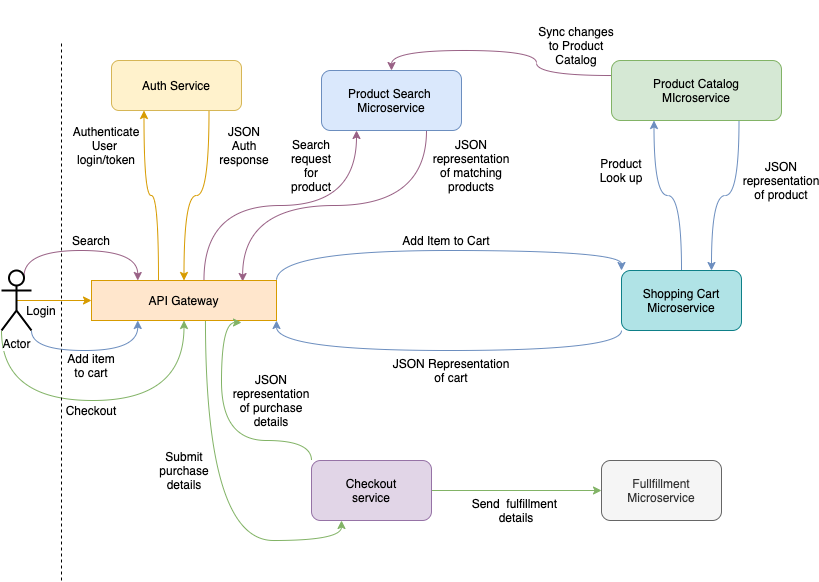
This is ambitious.png from abhijit-gaonkar/ambitious, a draw.io export, as it was before one commit. Source tidied: cells renumbered, new cells last; positions are measured from the earlier drawing's top-left corner, leaving out a move shared by most shapes.
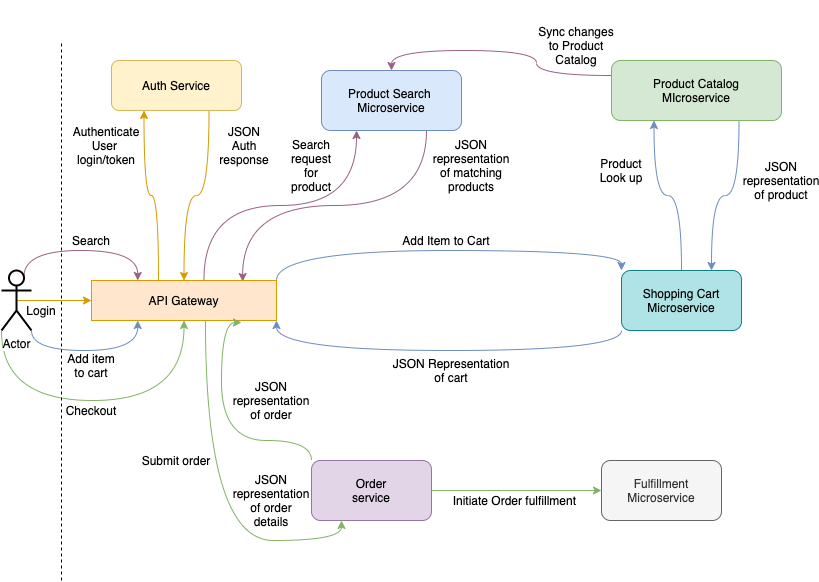
Later version of the same file.

The edit, as a diff of the source:
```diff
@@ -67,10 +67,10 @@
     <mxCell id="20" style="edgeStyle=orthogonalEdgeStyle;curved=1;rounded=0;jettySize=auto;html=1;exitX=0.616;exitY=1;exitDx=0;exitDy=0;entryX=0.25;entryY=1;entryDx=0;entryDy=0;exitPerimeter=0;gradientColor=#97d077;fillColor=#d5e8d4;strokeColor=#82b366;" parent="1" edge="1" source="7" target="21">
       <mxGeometry relative="1" as="geometry" />
     </mxCell>
-    <mxCell id="21" value="Checkout&lt;br&gt;service" style="rounded=1;whiteSpace=wrap;html=1;fillColor=#e1d5e7;strokeColor=#9673a6;" parent="1" vertex="1">
+    <mxCell id="21" value="Order&lt;br&gt;service" style="rounded=1;whiteSpace=wrap;html=1;fillColor=#e1d5e7;strokeColor=#9673a6;" parent="1" vertex="1">
       <mxGeometry x="310" y="460" width="120" height="60" as="geometry" />
     </mxCell>
-    <mxCell id="22" value="Fullfillment&lt;br&gt;Microservice" style="rounded=1;whiteSpace=wrap;html=1;fillColor=#f5f5f5;strokeColor=#666666;fontColor=#333333;" parent="1" vertex="1">
+    <mxCell id="22" value="Fulfillment&lt;br&gt;Microservice" style="rounded=1;whiteSpace=wrap;html=1;fillColor=#f5f5f5;strokeColor=#666666;fontColor=#333333;" parent="1" vertex="1">
       <mxGeometry x="600" y="460" width="120" height="60" as="geometry" />
     </mxCell>
     <mxCell id="23" style="edgeStyle=orthogonalEdgeStyle;curved=1;rounded=0;jettySize=auto;html=1;exitX=0.75;exitY=0.1;exitDx=0;exitDy=0;exitPerimeter=0;entryX=0.25;entryY=0;entryDx=0;entryDy=0;fillColor=#e6d0de;strokeColor=#996185;gradientColor=#d5739d;" parent="1" edge="1" source="26" target="7">
@@ -107,11 +107,11 @@
     <mxCell id="30" value="JSON Representation&lt;br&gt;of cart" style="text;html=1;strokeColor=none;fillColor=none;align=center;verticalAlign=middle;whiteSpace=wrap;rounded=0;" parent="1" vertex="1">
       <mxGeometry x="380" y="360" width="140" height="20" as="geometry" />
     </mxCell>
-    <mxCell id="31" value="Submit purchase&lt;br&gt;details" style="text;html=1;strokeColor=none;fillColor=none;align=center;verticalAlign=middle;whiteSpace=wrap;rounded=0;" parent="1" vertex="1">
-      <mxGeometry x="142.5" y="460" width="80" height="20" as="geometry" />
+    <mxCell id="31" value="Submit order&lt;br&gt;" style="text;html=1;strokeColor=none;fillColor=none;align=center;verticalAlign=middle;whiteSpace=wrap;rounded=0;" parent="1" vertex="1">
+      <mxGeometry x="135" y="450" width="80" height="20" as="geometry" />
     </mxCell>
-    <mxCell id="32" value="Send&amp;nbsp; fulfillment&amp;nbsp;&lt;br&gt;details" style="text;html=1;strokeColor=none;fillColor=none;align=center;verticalAlign=middle;whiteSpace=wrap;rounded=0;" parent="1" vertex="1">
-      <mxGeometry x="450" y="500" width="130" height="20" as="geometry" />
+    <mxCell id="32" value="Initiate Order fulfillment&amp;nbsp;" style="text;html=1;strokeColor=none;fillColor=none;align=center;verticalAlign=middle;whiteSpace=wrap;rounded=0;" parent="1" vertex="1">
+      <mxGeometry x="450" y="490" width="130" height="20" as="geometry" />
     </mxCell>
     <mxCell id="33" value="Search request for product" style="text;html=1;strokeColor=none;fillColor=none;align=center;verticalAlign=middle;whiteSpace=wrap;rounded=0;" parent="1" vertex="1">
       <mxGeometry x="290" y="140" width="40" height="50" as="geometry" />
@@ -137,9 +137,12 @@
     <mxCell id="40" value="Checkout" style="text;html=1;strokeColor=none;fillColor=none;align=center;verticalAlign=middle;whiteSpace=wrap;rounded=0;" parent="1" vertex="1">
       <mxGeometry x="70" y="400" width="40" height="20" as="geometry" />
     </mxCell>
-    <mxCell id="41" value="JSON representation&lt;br&gt;of purchase details" style="text;html=1;strokeColor=none;fillColor=none;align=center;verticalAlign=middle;whiteSpace=wrap;rounded=0;" parent="1" vertex="1">
+    <mxCell id="41" value="JSON representation&lt;br&gt;of order" style="text;html=1;strokeColor=none;fillColor=none;align=center;verticalAlign=middle;whiteSpace=wrap;rounded=0;" parent="1" vertex="1">
       <mxGeometry x="230" y="390" width="80" height="20" as="geometry" />
     </mxCell>
+    <mxCell id="43" value="JSON representation&lt;br&gt;of order details" style="text;html=1;strokeColor=none;fillColor=none;align=center;verticalAlign=middle;whiteSpace=wrap;rounded=0;" parent="1" vertex="1">
+      <mxGeometry x="230" y="490" width="80" height="20" as="geometry" />
+    </mxCell>
     <mxCell id="42" style="endArrow=none;dashed=1;html=1;" parent="1" edge="1">
       <mxGeometry relative="1" as="geometry">
         <mxPoint x="60" y="580" as="sourcePoint" />
```
